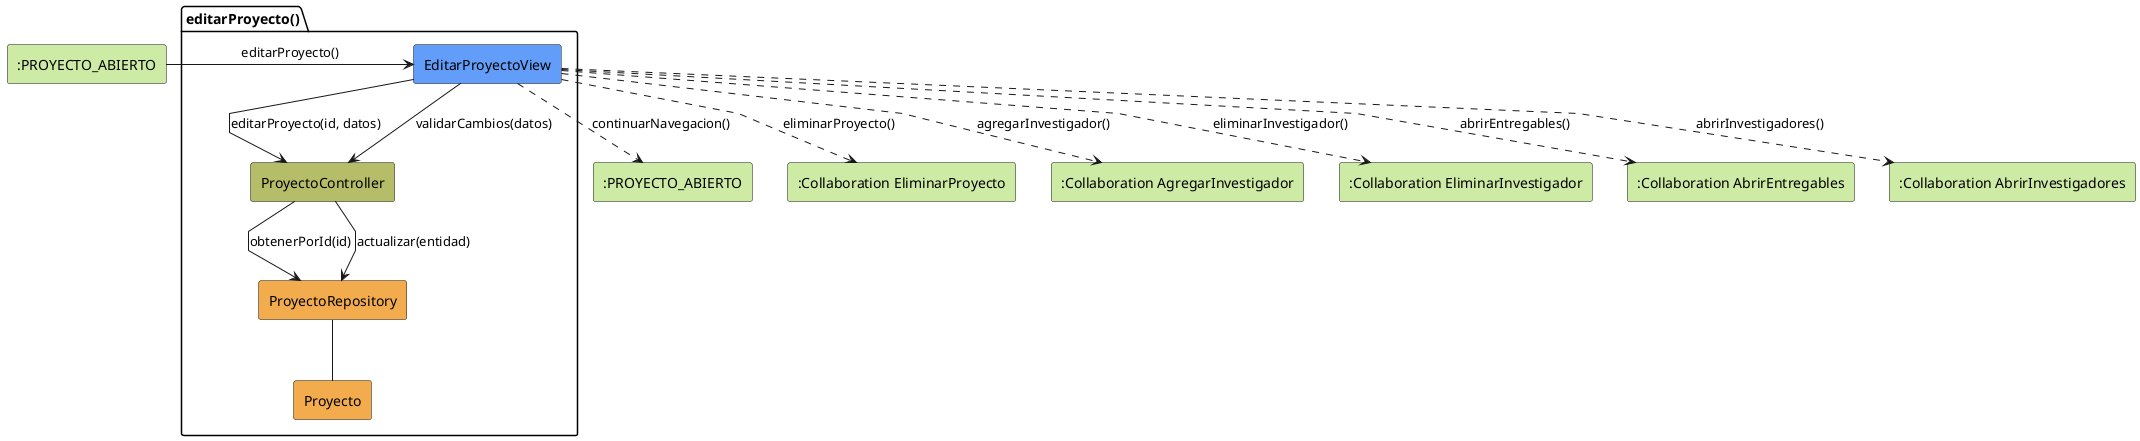
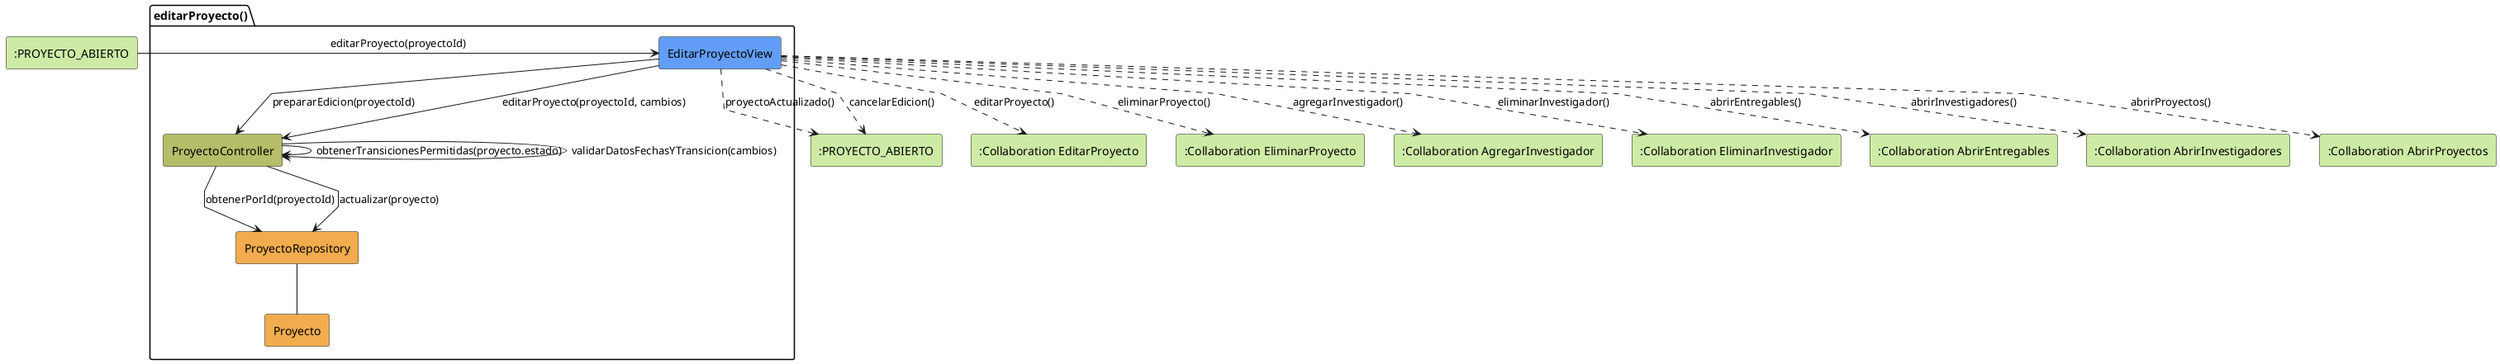
@startuml editarProyecto-analisis
skinparam linetype polyline

rectangle #CDEBA5 ":PROYECTO_ABIERTO" as EstadoEntrada
package editarProyecto as "editarProyecto()" {
    rectangle #629EF9 EditarProyectoView
    rectangle #b5bd68 ProyectoController
    rectangle #F2AC4E ProyectoRepository
    rectangle #F2AC4E Proyecto
}

rectangle #CDEBA5 ":PROYECTO_ABIERTO" as EstadoSalida
+ rectangle #CDEBA5 ":Collaboration EditarProyecto" as EditarProyecto
rectangle #CDEBA5 ":Collaboration EliminarProyecto" as EliminarProyecto
rectangle #CDEBA5 ":Collaboration AgregarInvestigador" as AgregarInvestigador
rectangle #CDEBA5 ":Collaboration EliminarInvestigador" as EliminarInvestigador
rectangle #CDEBA5 ":Collaboration AbrirEntregables" as AbrirEntregables
rectangle #CDEBA5 ":Collaboration AbrirInvestigadores" as AbrirInvestigadores
+ rectangle #CDEBA5 ":Collaboration AbrirProyectos" as AbrirProyectos
+ EstadoEntrada -r-> EditarProyectoView: editarProyecto(proyectoId)

- EstadoEntrada -r-> EditarProyectoView: editarProyecto()
- 
- EditarProyectoView -d-> ProyectoController: editarProyecto(id, datos)
- EditarProyectoView --> ProyectoController: validarCambios(datos)
- ProyectoController --> ProyectoRepository: obtenerPorId(id)
- ProyectoController --> ProyectoRepository: actualizar(entidad)
+ EditarProyectoView -d-> ProyectoController: prepararEdicion(proyectoId)
+ ProyectoController --> ProyectoRepository: obtenerPorId(proyectoId)
+ ProyectoController --> ProyectoController: obtenerTransicionesPermitidas(proyecto.estado)
+ EditarProyectoView --> ProyectoController: editarProyecto(proyectoId, cambios)
+ ProyectoController --> ProyectoController: validarDatosFechasYTransicion(cambios)
+ ProyectoController --> ProyectoRepository: actualizar(proyecto)
ProyectoRepository -- Proyecto
- EditarProyectoView ..> EstadoSalida: continuarNavegacion()
+ EditarProyectoView ..> EstadoSalida: proyectoActualizado()
+ EditarProyectoView ..> EstadoSalida: cancelarEdicion()
+ EditarProyectoView ..> EditarProyecto: editarProyecto()
EditarProyectoView ..> EliminarProyecto: eliminarProyecto()
EditarProyectoView ..> AgregarInvestigador: agregarInvestigador()
EditarProyectoView ..> EliminarInvestigador: eliminarInvestigador()
EditarProyectoView ..> AbrirEntregables: abrirEntregables()
EditarProyectoView ..> AbrirInvestigadores: abrirInvestigadores()
+ EditarProyectoView ..> AbrirProyectos: abrirProyectos()

@enduml
